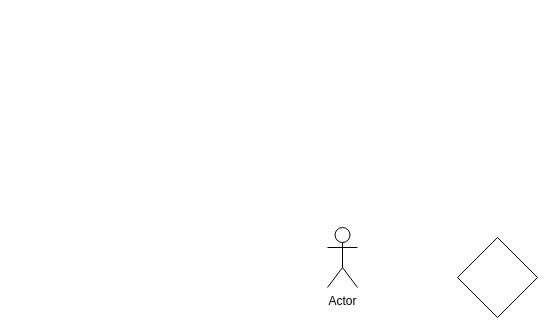
The draw.io diagram USECASEDIAGRAMS.drawio in david4ever35/FARGOSPA, before the edit. Source tidied: cells renumbered, new cells numbered last; positions are measured from the earlier drawing's top-left corner, leaving out a move shared by most shapes. Both pictures are drawn from the tidied source at 100%, with x=0, y=0 at pixel (327, 227).
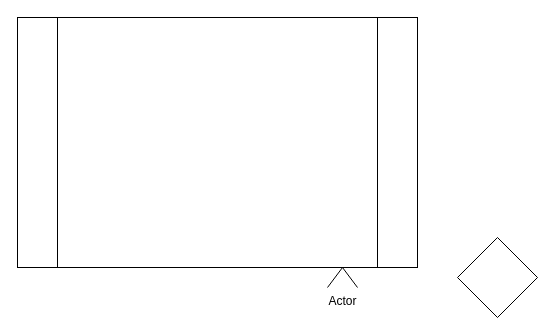
Above is the later version.

What changed in the source:
```diff
@@
 <mxGraphModel>
   <root>
     <mxCell id="0" />
     <mxCell id="1" parent="0" />
     <mxCell id="2" style="rhombus;whiteSpace=wrap;html=1;" parent="1" vertex="1">
       <mxGeometry x="130" y="10" width="80" height="80" as="geometry" />
     </mxCell>
     <mxCell id="3" value="Actor" style="shape=umlActor;verticalLabelPosition=bottom;verticalAlign=top;html=1;" parent="1" vertex="1">
       <mxGeometry width="30" height="60" as="geometry" />
     </mxCell>
+    <mxCell id="4" style="shape=process;whiteSpace=wrap;html=1;backgroundOutline=1;" parent="1" vertex="1">
+      <mxGeometry x="-310" y="-210" width="400" height="250" as="geometry" />
+    </mxCell>
   </root>
 </mxGraphModel>
```
